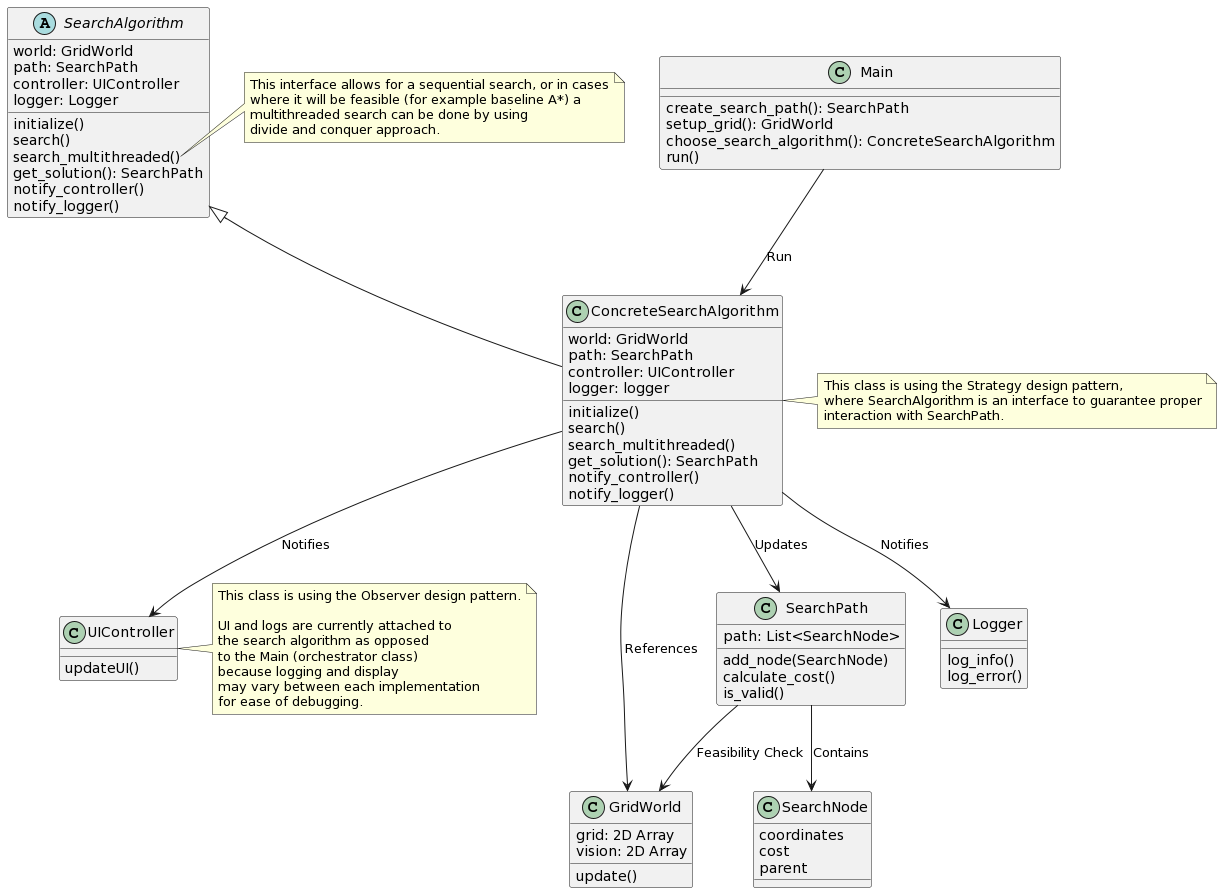
gramos93/aco-boosted-variants keeps this PlantUML diagram as docs/class_diagram.png. Above is the earlier version.
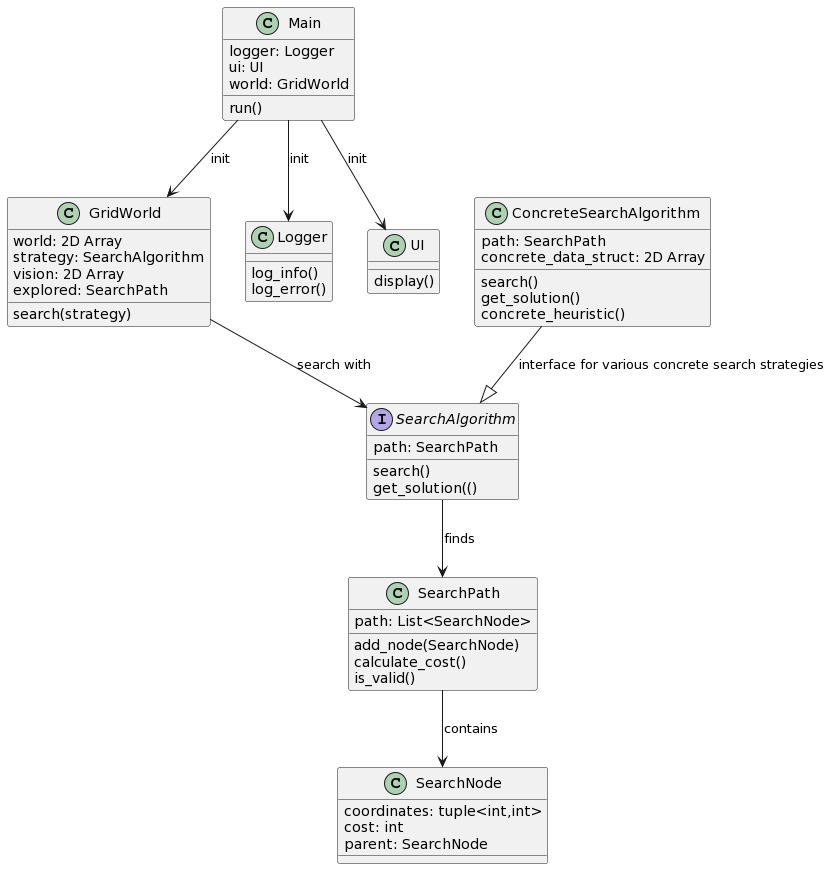
After the commit.

The edit, as a diff of the source:
```diff
@@ -1,15 +1,17 @@
 @startuml
 class Main {
-  create_search_path(): SearchPath
-  setup_grid(): GridWorld
-  choose_search_algorithm(): ConcreteSearchAlgorithm
+  logger: Logger
+  ui: UI
+  world: GridWorld
   run()
 }
 
 class GridWorld {
-  grid: 2D Array
+  world: 2D Array
+  strategy: SearchAlgorithm
   vision: 2D Array
-  update()
+  explored: SearchPath
+  search(strategy)
 }
 
 class SearchPath {
@@ -20,9 +22,9 @@
 }
 
 class SearchNode {
-  coordinates
-  cost
-  parent
+  coordinates: tuple<int,int>
+  cost: int
+  parent: SearchNode
 }
 
 class Logger {
@@ -30,66 +32,29 @@
   log_error()
 }
 
-class UIController {
-  updateUI()
+class UI {
+  display()
 }
 
-abstract class SearchAlgorithm {
-  world: GridWorld
+interface SearchAlgorithm {
   path: SearchPath
-  controller: UIController
-  logger: Logger
-  initialize()
   search()
-  search_multithreaded()
-  get_solution(): SearchPath
-  notify_controller()
-  notify_logger()
+  get_solution(()
 }
 
 class ConcreteSearchAlgorithm {
-  world: GridWorld
   path: SearchPath
-  controller: UIController
-  logger: logger
-  initialize()
+  concrete_data_struct: 2D Array
   search()
-  search_multithreaded()
-  get_solution(): SearchPath
-  notify_controller()
-  notify_logger()
+  get_solution()
+  concrete_heuristic()
 }
 
-Main --> ConcreteSearchAlgorithm : Run
-SearchAlgorithm <|-- ConcreteSearchAlgorithm
-ConcreteSearchAlgorithm --> GridWorld : References
-ConcreteSearchAlgorithm --> SearchPath : Updates
-ConcreteSearchAlgorithm --> UIController : Notifies
-ConcreteSearchAlgorithm --> Logger : Notifies
-SearchPath --> SearchNode : Contains
-SearchPath --> GridWorld : Feasibility Check
-
-note right of ConcreteSearchAlgorithm
-  This class is using the Strategy design pattern,
-  where SearchAlgorithm is an interface to guarantee proper
-  interaction with SearchPath.
-end note
-
-note right of UIController
-  This class is using the Observer design pattern.
-
-  UI and logs are currently attached to
-  the search algorithm as opposed
-  to the Main (orchestrator class)
-  because logging and display
-  may vary between each implementation
-  for ease of debugging.
-end note
-
-note right of SearchAlgorithm::search_multithreaded
-  This interface allows for a sequential search, or in cases
-  where it will be feasible (for example baseline A*) a
-  multithreaded search can be done by using
-  divide and conquer approach.
-end note
+Main --> GridWorld : init
+Main --> UI : init
+Main --> Logger : init
+GridWorld --> SearchAlgorithm : search with
+SearchAlgorithm --> SearchPath : finds
+SearchPath --> SearchNode : contains
+ConcreteSearchAlgorithm --|> SearchAlgorithm : interface for various concrete search strategies
 @enduml
```
